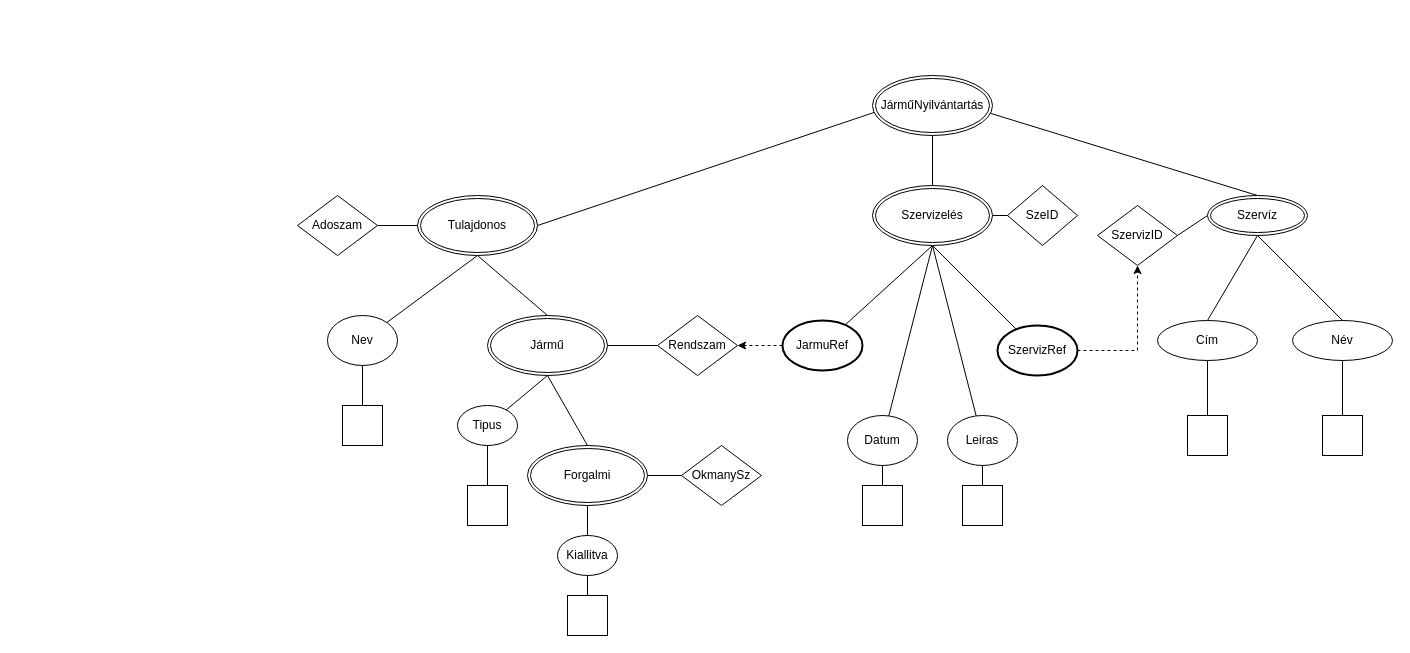
kelemenadam19/DBO8MH_WebTech1_Gyak keeps this draw.io diagram as page "Page-2" (2 of 4) of DBO8MH_feleves_feladat/DBO8MH_modellek/DBO8MH_ER_modell/DBO8MH_AutoSzervizER.drawio. Above is the earlier version. Source tidied: cells renumbered, new cells numbered last; positions are measured from the earlier drawing's top-left corner, leaving out a move shared by most shapes. Both pictures are drawn from the tidied source at 100%, with x=0, y=0 at pixel (297, 75).
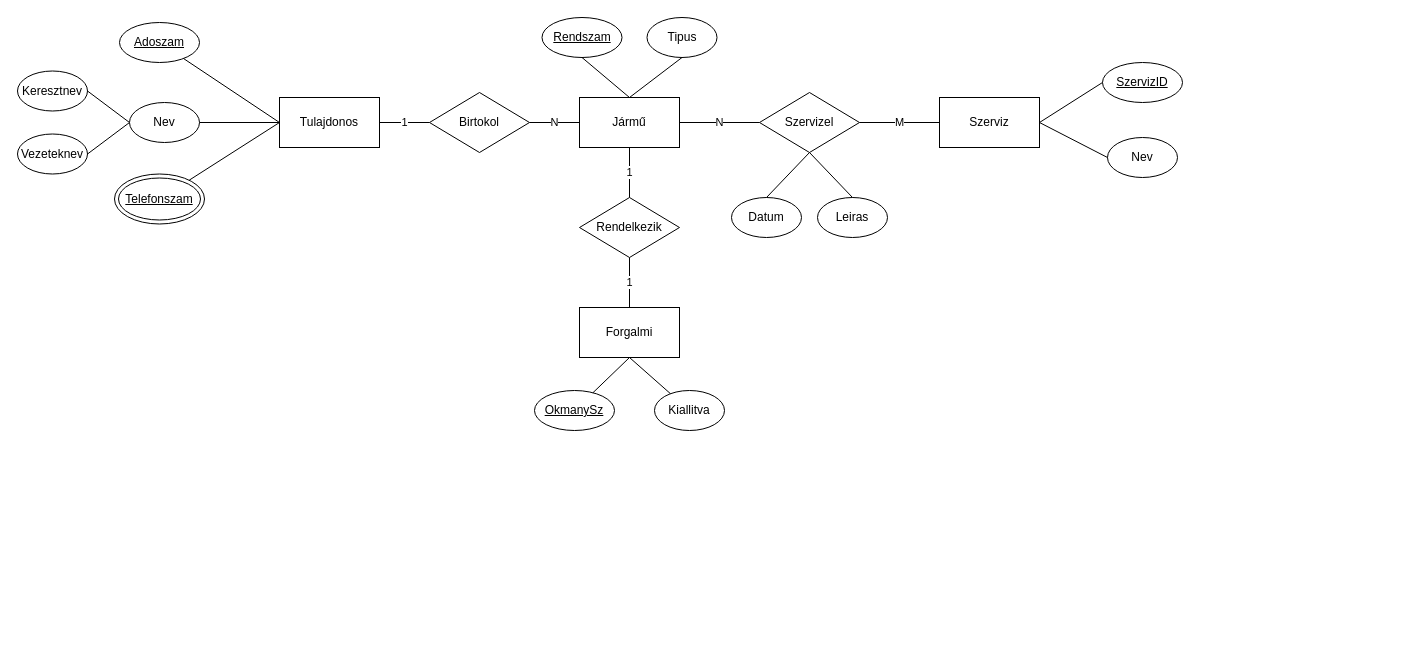
Above is the later version.

The edit, as a diff of the source:
```diff
@@
-<mxGraphModel background="#ffffff">
+<mxGraphModel>
@@
-    <mxCell id="2" style="endArrow=none;html=1;entryX=1;entryY=0.5;entryDx=0;entryDy=0;" parent="1" edge="1" target="54">
-      <mxGeometry relative="1" as="geometry">
-        <mxPoint x="577.4" y="36.7" as="sourcePoint" />
-      </mxGeometry>
-    </mxCell>
+    <mxCell id="54" value="Tulajdonos" style="rounded=0;whiteSpace=wrap;html=1;" parent="1" vertex="1">
+      <mxGeometry x="-18" y="22" width="100" height="50" as="geometry" />
+    </mxCell>
-    <mxCell id="3" value="Adoszam" style="rhombus;whiteSpace=wrap;html=1;" parent="1" vertex="1">
-      <mxGeometry y="120" width="80" height="60" as="geometry" />
+    <mxCell id="3" value="&lt;u&gt;Adoszam&lt;/u&gt;" style="ellipse;whiteSpace=wrap;html=1;" parent="1" vertex="1">
+      <mxGeometry x="-178" y="-53" width="80" height="40" as="geometry" />
     </mxCell>
+    <mxCell id="57" style="rounded=0;jettySize=auto;html=1;exitX=0;exitY=0.5;exitDx=0;exitDy=0;endArrow=none;endFill=0;entryX=1;entryY=0.5;entryDx=0;entryDy=0;" parent="1" edge="1" source="59" target="79">
+      <mxGeometry relative="1" as="geometry" />
+    </mxCell>
+    <mxCell id="58" style="edgeStyle=none;rounded=0;jettySize=auto;html=1;exitX=0;exitY=0.5;exitDx=0;exitDy=0;entryX=1;entryY=0.5;entryDx=0;entryDy=0;endArrow=none;endFill=0;" parent="1" edge="1" source="59" target="78">
+      <mxGeometry relative="1" as="geometry" />
+    </mxCell>
+    <mxCell id="59" value="Nev" style="ellipse;whiteSpace=wrap;html=1;" parent="1" vertex="1">
+      <mxGeometry x="-168" y="27" width="70" height="40" as="geometry" />
+    </mxCell>
+    <mxCell id="60" value="&lt;u&gt;Telefonszam&lt;/u&gt;" style="ellipse;shape=doubleEllipse;whiteSpace=wrap;html=1;" parent="1" vertex="1">
+      <mxGeometry x="-183" y="98.5" width="90" height="50" as="geometry" />
+    </mxCell>
@@
-    <mxCell id="5" value="Nev" style="ellipse;whiteSpace=wrap;html=1;" parent="1" vertex="1">
-      <mxGeometry x="30" y="240" width="70" height="50" as="geometry" />
-    </mxCell>
-    <mxCell id="6" style="endArrow=none;html=1;exitX=0.5;exitY=1;exitDx=0;exitDy=0;" parent="1" edge="1" source="54" target="5">
-      <mxGeometry relative="1" as="geometry" />
-    </mxCell>
-    <mxCell id="7" style="whiteSpace=wrap;html=1;" parent="1" vertex="1">
-      <mxGeometry x="45" y="330" width="40" height="40" as="geometry" />
-    </mxCell>
-    <mxCell id="8" style="endArrow=none;html=1;" parent="1" edge="1" source="5" target="7">
-      <mxGeometry relative="1" as="geometry" />
-    </mxCell>
-    <mxCell id="9" style="endArrow=none;html=1;exitX=0.5;exitY=1;exitDx=0;exitDy=0;entryX=0.5;entryY=0;entryDx=0;entryDy=0;" parent="1" edge="1" source="54" target="55">
-      <mxGeometry relative="1" as="geometry" />
-    </mxCell>
+    <mxCell id="61" style="endArrow=none;html=1;" parent="1" edge="1" source="54" target="59">
+      <mxGeometry relative="1" as="geometry" />
+    </mxCell>
+    <mxCell id="62" style="endArrow=none;html=1;exitX=0;exitY=0.5;exitDx=0;exitDy=0;" parent="1" edge="1" source="54" target="60">
+      <mxGeometry relative="1" as="geometry" />
+    </mxCell>
+    <mxCell id="63" value="Birtokol" style="rhombus;whiteSpace=wrap;html=1;" parent="1" vertex="1">
+      <mxGeometry x="132" y="17" width="100" height="60" as="geometry" />
+    </mxCell>
+    <mxCell id="64" value="1" style="endArrow=none;html=1;entryX=1;entryY=0.5;exitX=0;exitY=0.5;endFill=0;" parent="1" edge="1" source="63" target="54">
+      <mxGeometry relative="1" as="geometry" />
+    </mxCell>
+    <mxCell id="65" value="N" style="endArrow=none;html=1;exitX=1;exitY=0.5;entryX=0;entryY=0.5;" parent="1" edge="1" source="63" target="55">
+      <mxGeometry relative="1" as="geometry" />
+    </mxCell>
+    <mxCell id="55" value="Jármű" style="rounded=0;whiteSpace=wrap;html=1;" parent="1" vertex="1">
+      <mxGeometry x="282" y="22" width="100" height="50" as="geometry" />
+    </mxCell>
-    <mxCell id="10" value="Rendszam" style="rhombus;whiteSpace=wrap;html=1;" parent="1" vertex="1">
-      <mxGeometry x="360" y="240" width="80" height="60" as="geometry" />
+    <mxCell id="10" value="&lt;u&gt;Rendszam&lt;/u&gt;" style="ellipse;whiteSpace=wrap;html=1;" parent="1" vertex="1">
+      <mxGeometry x="244.5" y="-58" width="80" height="40" as="geometry" />
     </mxCell>
+    <mxCell id="12" value="Tipus" style="ellipse;whiteSpace=wrap;html=1;" parent="1" vertex="1">
+      <mxGeometry x="349.5" y="-58" width="70" height="40" as="geometry" />
+    </mxCell>
-    <mxCell id="11" style="endArrow=none;html=1;exitX=1;exitY=0.5;exitDx=0;exitDy=0;" parent="1" edge="1" source="55" target="10">
+    <mxCell id="11" style="endArrow=none;html=1;exitX=0.5;exitY=0;exitDx=0;exitDy=0;entryX=0.5;entryY=1;entryDx=0;entryDy=0;" parent="1" edge="1" source="55" target="10">
       <mxGeometry relative="1" as="geometry" />
     </mxCell>
-    <mxCell id="12" value="Tipus" style="ellipse;whiteSpace=wrap;html=1;" parent="1" vertex="1">
-      <mxGeometry x="160" y="330" width="60" height="40" as="geometry" />
-    </mxCell>
-    <mxCell id="13" style="endArrow=none;html=1;exitX=0.5;exitY=1;exitDx=0;exitDy=0;" parent="1" edge="1" source="55" target="12">
+    <mxCell id="13" style="endArrow=none;html=1;entryX=0.5;entryY=1;entryDx=0;entryDy=0;exitX=0.5;exitY=0;exitDx=0;exitDy=0;" parent="1" edge="1" source="55" target="12">
       <mxGeometry relative="1" as="geometry" />
     </mxCell>
-    <mxCell id="14" style="whiteSpace=wrap;html=1;" parent="1" vertex="1">
-      <mxGeometry x="170" y="410" width="40" height="40" as="geometry" />
-    </mxCell>
-    <mxCell id="15" style="endArrow=none;html=1;" parent="1" edge="1" source="12" target="14">
-      <mxGeometry relative="1" as="geometry" />
-    </mxCell>
-    <mxCell id="16" style="endArrow=none;html=1;exitX=0.5;exitY=1;exitDx=0;exitDy=0;entryX=0.5;entryY=0;entryDx=0;entryDy=0;" parent="1" edge="1" source="55" target="56">
-      <mxGeometry relative="1" as="geometry" />
-    </mxCell>
+    <mxCell id="66" value="Rendelkezik" style="rhombus;whiteSpace=wrap;html=1;" parent="1" vertex="1">
+      <mxGeometry x="282" y="122" width="100" height="60" as="geometry" />
+    </mxCell>
+    <mxCell id="67" value="1" style="endArrow=none;html=1;entryX=0.5;entryY=1;exitX=0.5;exitY=0;endFill=0;" parent="1" edge="1" source="66" target="55">
+      <mxGeometry relative="1" as="geometry" />
+    </mxCell>
+    <mxCell id="68" value="1" style="endArrow=none;html=1;exitX=0.5;exitY=1;entryX=0.5;entryY=0;endFill=0;" parent="1" edge="1" source="66" target="56">
+      <mxGeometry relative="1" as="geometry" />
+    </mxCell>
+    <mxCell id="56" value="Forgalmi" style="rounded=0;whiteSpace=wrap;html=1;" parent="1" vertex="1">
+      <mxGeometry x="282" y="232" width="100" height="50" as="geometry" />
+    </mxCell>
-    <mxCell id="17" value="OkmanySz" style="rhombus;whiteSpace=wrap;html=1;" parent="1" vertex="1">
-      <mxGeometry x="384" y="370" width="80" height="60" as="geometry" />
+    <mxCell id="17" value="&lt;u&gt;OkmanySz&lt;/u&gt;" style="ellipse;whiteSpace=wrap;html=1;" parent="1" vertex="1">
+      <mxGeometry x="237" y="315" width="80" height="40" as="geometry" />
     </mxCell>
+    <mxCell id="19" value="Kiallitva" style="ellipse;whiteSpace=wrap;html=1;" parent="1" vertex="1">
+      <mxGeometry x="357" y="315" width="70" height="40" as="geometry" />
+    </mxCell>
-    <mxCell id="18" style="endArrow=none;html=1;exitX=1;exitY=0.5;exitDx=0;exitDy=0;" parent="1" edge="1" source="56" target="17">
+    <mxCell id="18" style="endArrow=none;html=1;exitX=0.5;exitY=1;exitDx=0;exitDy=0;" parent="1" edge="1" source="56" target="17">
       <mxGeometry relative="1" as="geometry" />
     </mxCell>
-    <mxCell id="19" value="Kiallitva" style="ellipse;whiteSpace=wrap;html=1;" parent="1" vertex="1">
-      <mxGeometry x="260" y="460" width="60" height="40" as="geometry" />
-    </mxCell>
@@
-    <mxCell id="21" style="whiteSpace=wrap;html=1;" parent="1" vertex="1">
-      <mxGeometry x="270" y="520" width="40" height="40" as="geometry" />
-    </mxCell>
-    <mxCell id="22" style="endArrow=none;html=1;" parent="1" edge="1" source="19" target="21">
-      <mxGeometry relative="1" as="geometry" />
-    </mxCell>
-    <mxCell id="23" style="endArrow=none;html=1;entryX=0.5;entryY=0;entryDx=0;entryDy=0;" parent="1" edge="1" target="49">
-      <mxGeometry relative="1" as="geometry">
-        <mxPoint x="692.3" y="37.6" as="sourcePoint" />
-      </mxGeometry>
-    </mxCell>
+    <mxCell id="69" value="Szervizel" style="rhombus;whiteSpace=wrap;html=1;" parent="1" vertex="1">
+      <mxGeometry x="462" y="17" width="100" height="60" as="geometry" />
+    </mxCell>
+    <mxCell id="41" value="Datum" style="ellipse;whiteSpace=wrap;html=1;" parent="1" vertex="1">
+      <mxGeometry x="434" y="122" width="70" height="40" as="geometry" />
+    </mxCell>
+    <mxCell id="45" value="Leiras" style="ellipse;whiteSpace=wrap;html=1;" parent="1" vertex="1">
+      <mxGeometry x="520" y="122" width="70" height="40" as="geometry" />
+    </mxCell>
+    <mxCell id="70" style="endArrow=none;html=1;exitX=0.5;exitY=1;exitDx=0;exitDy=0;entryX=0.5;entryY=0;entryDx=0;entryDy=0;" parent="1" edge="1" source="69" target="41">
+      <mxGeometry relative="1" as="geometry" />
+    </mxCell>
+    <mxCell id="71" style="endArrow=none;html=1;exitX=0.5;exitY=1;exitDx=0;exitDy=0;entryX=0.5;entryY=0;entryDx=0;entryDy=0;" parent="1" edge="1" source="69" target="45">
+      <mxGeometry relative="1" as="geometry" />
+    </mxCell>
+    <mxCell id="72" value="N" style="endArrow=none;html=1;exitX=0;exitY=0.5;entryX=1;entryY=0.5;" parent="1" edge="1" source="69" target="55">
+      <mxGeometry relative="1" as="geometry" />
+    </mxCell>
+    <mxCell id="73" value="M" style="endArrow=none;html=1;exitX=1;exitY=0.5;entryX=0;entryY=0.5;" parent="1" edge="1" source="69" target="74">
+      <mxGeometry relative="1" as="geometry" />
+    </mxCell>
+    <mxCell id="74" value="Szerviz" style="rounded=0;whiteSpace=wrap;html=1;" parent="1" vertex="1">
+      <mxGeometry x="642" y="22" width="100" height="50" as="geometry" />
+    </mxCell>
-    <mxCell id="24" value="SzervizID" style="rhombus;whiteSpace=wrap;html=1;" parent="1" vertex="1">
-      <mxGeometry x="800" y="130" width="80" height="60" as="geometry" />
+    <mxCell id="24" value="&lt;u&gt;SzervizID&lt;/u&gt;" style="ellipse;whiteSpace=wrap;html=1;" parent="1" vertex="1">
+      <mxGeometry x="805" y="-13" width="80" height="40" as="geometry" />
     </mxCell>
-    <mxCell id="25" style="endArrow=none;html=1;exitX=0;exitY=0.5;exitDx=0;exitDy=0;" parent="1" edge="1" source="49">
-      <mxGeometry relative="1" as="geometry">
-        <mxPoint x="880" y="160" as="targetPoint" />
-      </mxGeometry>
-    </mxCell>
-    <mxCell id="26" style="endArrow=none;html=1;entryX=0.5;entryY=0;entryDx=0;entryDy=0;exitX=0.5;exitY=1;exitDx=0;exitDy=0;" parent="1" edge="1" source="49" target="51">
-      <mxGeometry relative="1" as="geometry" />
-    </mxCell>
-    <mxCell id="27" style="whiteSpace=wrap;html=1;" parent="1" vertex="1">
-      <mxGeometry x="1025" y="340" width="40" height="40" as="geometry" />
-    </mxCell>
-    <mxCell id="28" style="endArrow=none;html=1;exitX=0.5;exitY=1;exitDx=0;exitDy=0;" parent="1" edge="1" source="51" target="27">
-      <mxGeometry relative="1" as="geometry" />
-    </mxCell>
-    <mxCell id="29" style="endArrow=none;html=1;entryX=0.5;entryY=0;entryDx=0;entryDy=0;exitX=0.5;exitY=1;exitDx=0;exitDy=0;" parent="1" edge="1" source="49" target="50">
-      <mxGeometry relative="1" as="geometry" />
-    </mxCell>
-    <mxCell id="30" style="whiteSpace=wrap;html=1;" parent="1" vertex="1">
-      <mxGeometry x="890" y="340" width="40" height="40" as="geometry" />
-    </mxCell>
-    <mxCell id="31" style="endArrow=none;html=1;exitX=0.5;exitY=1;exitDx=0;exitDy=0;" parent="1" edge="1" source="50" target="30">
-      <mxGeometry relative="1" as="geometry" />
-    </mxCell>
-    <mxCell id="32" style="endArrow=none;html=1;exitX=0.5;exitY=1;exitDx=0;exitDy=0;entryX=0.5;entryY=0;entryDx=0;entryDy=0;" parent="1" edge="1" source="52" target="53">
-      <mxGeometry relative="1" as="geometry" />
-    </mxCell>
-    <mxCell id="33" value="SzeID" style="rhombus;whiteSpace=wrap;html=1;" parent="1" vertex="1">
-      <mxGeometry x="710" y="110" width="70" height="60" as="geometry" />
-    </mxCell>
-    <mxCell id="34" style="endArrow=none;html=1;exitX=1;exitY=0.5;exitDx=0;exitDy=0;" parent="1" edge="1" source="53" target="33">
-      <mxGeometry relative="1" as="geometry" />
-    </mxCell>
-    <mxCell id="35" value="JarmuRef" style="ellipse;whiteSpace=wrap;html=1;strokeWidth=2;" parent="1" vertex="1">
-      <mxGeometry x="485" y="245" width="80" height="50" as="geometry" />
-    </mxCell>
-    <mxCell id="36" style="endArrow=none;html=1;exitX=0.5;exitY=1;exitDx=0;exitDy=0;" parent="1" edge="1" source="53" target="35">
-      <mxGeometry relative="1" as="geometry" />
-    </mxCell>
-    <mxCell id="37" style="endArrow=classic;html=1;dashed=1;entryX=1;entryY=0.5;exitX=0;exitY=0.5;exitDx=0;exitDy=0;" parent="1" edge="1" source="35" target="10">
-      <mxGeometry relative="1" as="geometry" />
-    </mxCell>
-    <mxCell id="38" value="SzervizRef" style="ellipse;whiteSpace=wrap;html=1;strokeWidth=2;" parent="1" vertex="1">
-      <mxGeometry x="700" y="250" width="80" height="50" as="geometry" />
-    </mxCell>
-    <mxCell id="39" style="endArrow=none;html=1;exitX=0.5;exitY=1;exitDx=0;exitDy=0;" parent="1" edge="1" source="53" target="38">
-      <mxGeometry relative="1" as="geometry" />
-    </mxCell>
-    <mxCell id="40" style="endArrow=classic;html=1;dashed=1;entryX=0.5;entryY=1;exitX=1;exitY=0.5;edgeStyle=orthogonalEdgeStyle;rounded=0;curved=0;exitDx=0;exitDy=0;entryDx=0;entryDy=0;" parent="1" edge="1" source="38" target="24">
-      <mxGeometry relative="1" as="geometry" />
-    </mxCell>
-    <mxCell id="41" value="Datum" style="ellipse;whiteSpace=wrap;html=1;" parent="1" vertex="1">
-      <mxGeometry x="550" y="340" width="70" height="50" as="geometry" />
-    </mxCell>
-    <mxCell id="42" style="endArrow=none;html=1;exitX=0.5;exitY=1;exitDx=0;exitDy=0;" parent="1" edge="1" source="53" target="41">
-      <mxGeometry relative="1" as="geometry" />
-    </mxCell>
-    <mxCell id="43" style="whiteSpace=wrap;html=1;" parent="1" vertex="1">
-      <mxGeometry x="565" y="410" width="40" height="40" as="geometry" />
-    </mxCell>
-    <mxCell id="44" style="endArrow=none;html=1;" parent="1" edge="1" source="41" target="43">
-      <mxGeometry relative="1" as="geometry" />
-    </mxCell>
-    <mxCell id="45" value="Leiras" style="ellipse;whiteSpace=wrap;html=1;" parent="1" vertex="1">
-      <mxGeometry x="650" y="340" width="70" height="50" as="geometry" />
-    </mxCell>
-    <mxCell id="46" style="endArrow=none;html=1;exitX=0.5;exitY=1;exitDx=0;exitDy=0;" parent="1" edge="1" source="53" target="45">
-      <mxGeometry relative="1" as="geometry" />
-    </mxCell>
-    <mxCell id="47" style="whiteSpace=wrap;html=1;" parent="1" vertex="1">
-      <mxGeometry x="665" y="410" width="40" height="40" as="geometry" />
-    </mxCell>
-    <mxCell id="48" style="endArrow=none;html=1;" parent="1" edge="1" source="45" target="47">
-      <mxGeometry relative="1" as="geometry" />
-    </mxCell>
-    <mxCell id="49" value="Szervíz" style="ellipse;shape=doubleEllipse;margin=3;whiteSpace=wrap;html=1;align=center;" parent="1" vertex="1">
-      <mxGeometry x="910" y="120" width="100" height="40" as="geometry" />
-    </mxCell>
-    <mxCell id="50" value="Cím" style="ellipse;whiteSpace=wrap;html=1;align=center;" parent="1" vertex="1">
-      <mxGeometry x="860" y="245" width="100" height="40" as="geometry" />
-    </mxCell>
-    <mxCell id="51" value="Név" style="ellipse;whiteSpace=wrap;html=1;align=center;" parent="1" vertex="1">
-      <mxGeometry x="995" y="245" width="100" height="40" as="geometry" />
-    </mxCell>
-    <mxCell id="52" value="JárműNyilvántartás" style="ellipse;shape=doubleEllipse;margin=3;whiteSpace=wrap;html=1;align=center;" parent="1" vertex="1">
-      <mxGeometry x="575" width="120" height="60" as="geometry" />
-    </mxCell>
-    <mxCell id="53" value="Szervizelés" style="ellipse;shape=doubleEllipse;margin=3;whiteSpace=wrap;html=1;align=center;" parent="1" vertex="1">
-      <mxGeometry x="575" y="110" width="120" height="60" as="geometry" />
-    </mxCell>
-    <mxCell id="54" value="Tulajdonos" style="ellipse;shape=doubleEllipse;margin=3;whiteSpace=wrap;html=1;align=center;" parent="1" vertex="1">
-      <mxGeometry x="120" y="120" width="120" height="60" as="geometry" />
-    </mxCell>
-    <mxCell id="55" value="Jármű" style="ellipse;shape=doubleEllipse;margin=3;whiteSpace=wrap;html=1;align=center;" parent="1" vertex="1">
-      <mxGeometry x="190" y="240" width="120" height="60" as="geometry" />
-    </mxCell>
-    <mxCell id="56" value="Forgalmi" style="ellipse;shape=doubleEllipse;margin=3;whiteSpace=wrap;html=1;align=center;" parent="1" vertex="1">
-      <mxGeometry x="230" y="370" width="120" height="60" as="geometry" />
-    </mxCell>
+    <mxCell id="75" value="Nev" style="ellipse;whiteSpace=wrap;html=1;" parent="1" vertex="1">
+      <mxGeometry x="810" y="62" width="70" height="40" as="geometry" />
+    </mxCell>
+    <mxCell id="76" style="endArrow=none;html=1;exitX=1;exitY=0.5;exitDx=0;exitDy=0;entryX=0;entryY=0.5;entryDx=0;entryDy=0;" parent="1" edge="1" source="74" target="24">
+      <mxGeometry relative="1" as="geometry" />
+    </mxCell>
+    <mxCell id="77" style="endArrow=none;html=1;exitX=1;exitY=0.5;exitDx=0;exitDy=0;entryX=0;entryY=0.5;entryDx=0;entryDy=0;" parent="1" edge="1" source="74" target="75">
+      <mxGeometry relative="1" as="geometry" />
+    </mxCell>
+    <mxCell id="78" value="Keresztnev" style="ellipse;whiteSpace=wrap;html=1;" parent="1" vertex="1">
+      <mxGeometry x="-280" y="-4.5" width="70" height="40" as="geometry" />
+    </mxCell>
+    <mxCell id="79" value="Vezeteknev" style="ellipse;whiteSpace=wrap;html=1;" parent="1" vertex="1">
+      <mxGeometry x="-280" y="58.5" width="70" height="40" as="geometry" />
+    </mxCell>
```
